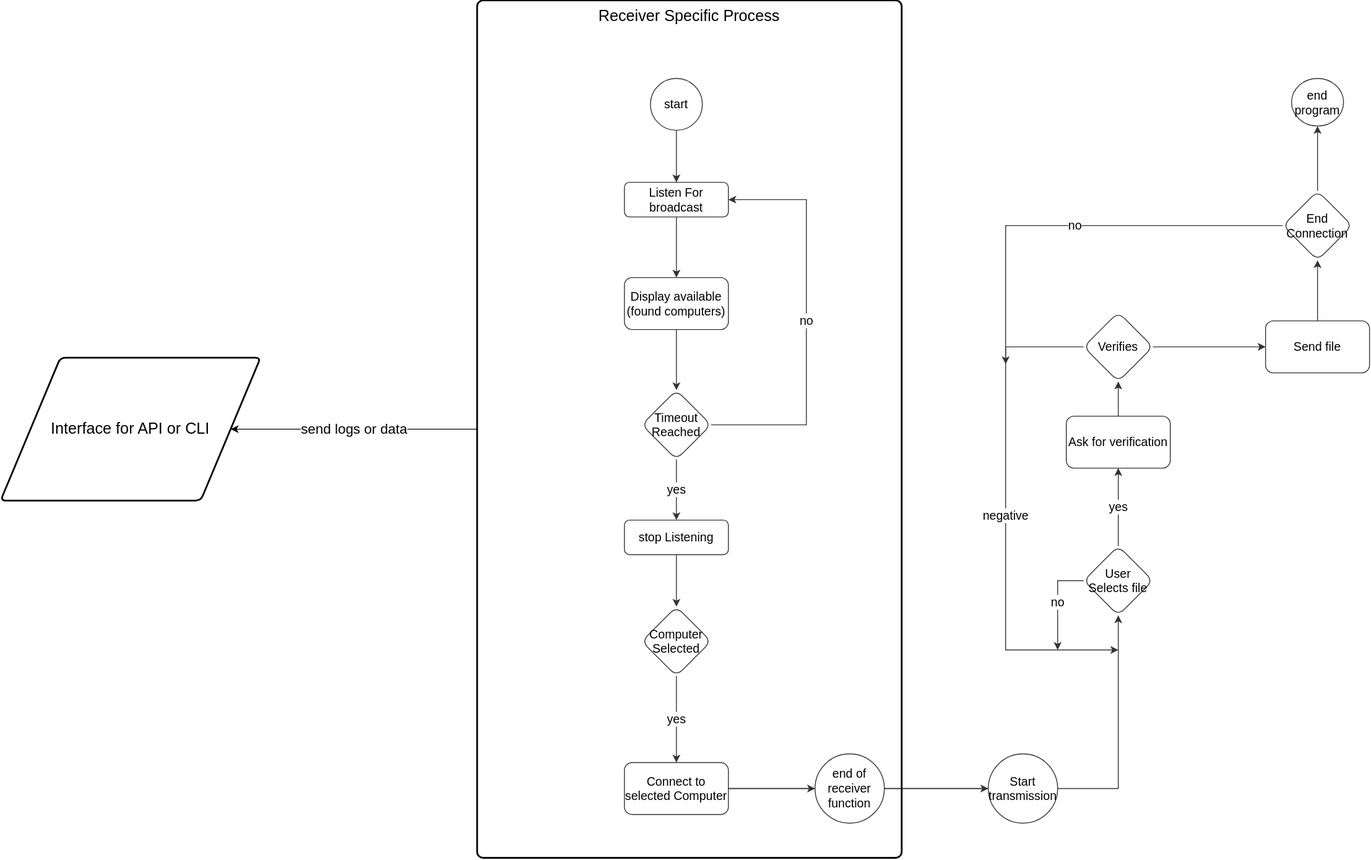
Above: swift_receiver.drawio.svg in 321swift/swift (draw.io), before the change. Source tidied: cells renumbered, new cells last; positions are measured from the earlier drawing's top-left corner, leaving out a move shared by most shapes.
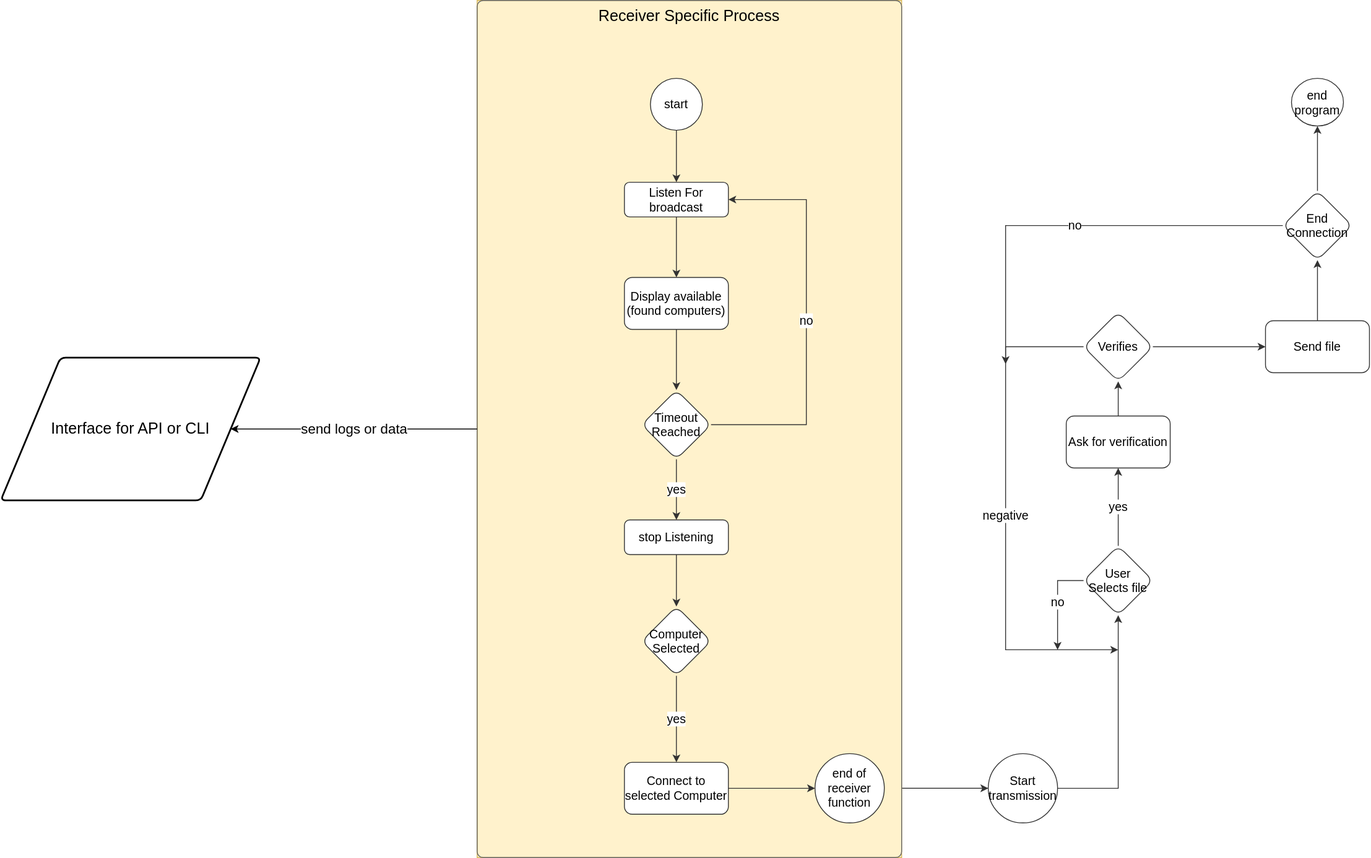
After the change.

Change to the diagram source:
```diff
@@ -66,7 +66,7 @@
     <mxCell id="19" style="edgeStyle=orthogonalEdgeStyle;rounded=0;jettySize=auto;html=1;fontSize=14;strokeColor=#333333;" parent="5" edge="1" source="16" target="18">
       <mxGeometry relative="1" as="geometry" />
     </mxCell>
-    <mxCell id="20" value="Receiver Specific Process" style="group;fontSize=18;" parent="1" vertex="1">
+    <mxCell id="20" value="Receiver Specific Process" style="group;fontSize=18;fillColor=#fff2cc;strokeColor=#d6b656;" parent="1" vertex="1">
       <mxGeometry x="550" width="490" height="990" as="geometry" />
     </mxCell>
     <mxCell id="21" style="rounded=0;html=1;jettySize=auto;orthogonalLoop=1;fontSize=14;endArrow=block;endFill=0;endSize=8;strokeWidth=1;shadow=0;labelBackgroundColor=none;edgeStyle=orthogonalEdgeStyle;strokeColor=#333333;" parent="20" edge="1">
@@ -128,7 +128,7 @@
     <mxCell id="37" style="edgeStyle=orthogonalEdgeStyle;rounded=0;jettySize=auto;html=1;fontSize=14;strokeColor=#333333;" parent="20" edge="1" source="34" target="36">
       <mxGeometry relative="1" as="geometry" />
     </mxCell>
-    <mxCell id="38" style="rounded=1;whiteSpace=wrap;html=1;absoluteArcSize=1;arcSize=14;strokeWidth=2;fillColor=none;" parent="20" vertex="1">
+    <mxCell id="38" style="rounded=1;whiteSpace=wrap;html=1;absoluteArcSize=1;arcSize=14;strokeWidth=1;fillColor=none;fontColor=#333333;strokeColor=#666666;" parent="20" vertex="1">
       <mxGeometry width="490" height="990" as="geometry" />
     </mxCell>
     <mxCell id="39" value="&lt;font style=&quot;font-size: 18px;&quot;&gt;Interface for API or CLI&lt;br&gt;&lt;/font&gt;" style="shape=parallelogram;html=1;strokeWidth=2;perimeter=parallelogramPerimeter;whiteSpace=wrap;rounded=1;arcSize=12;size=0.23;" parent="1" vertex="1">
```
